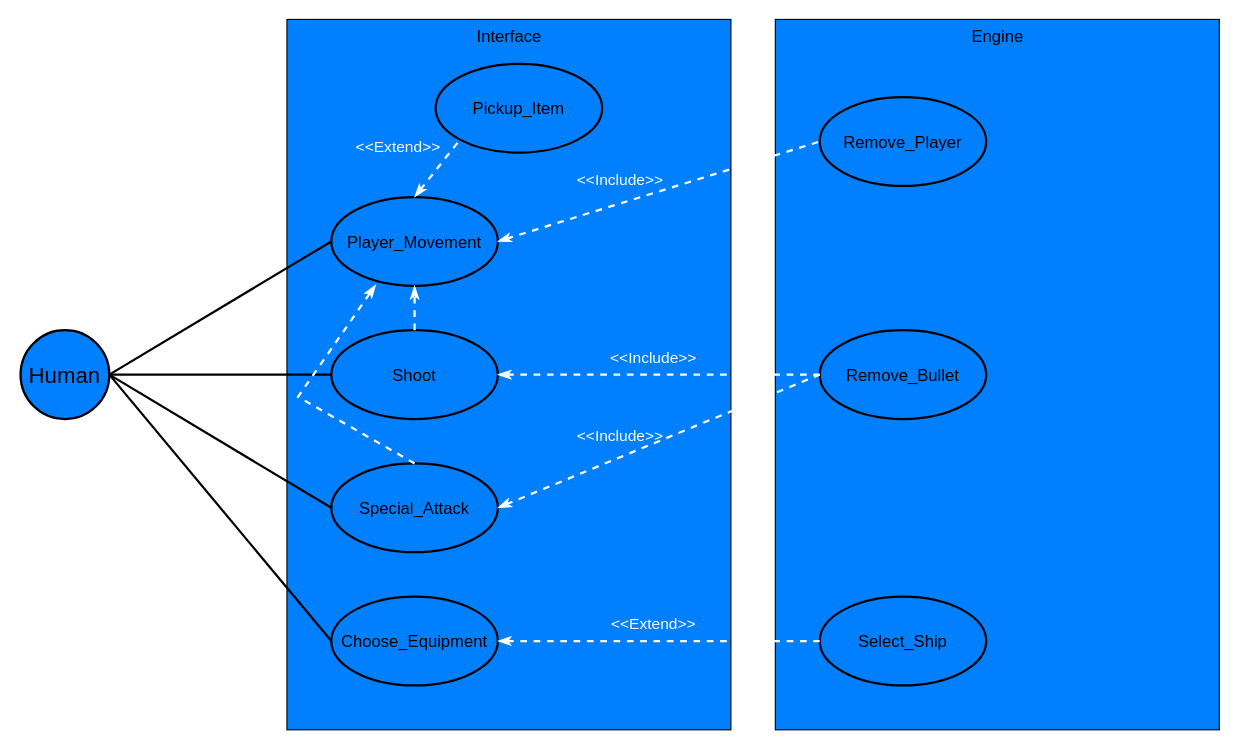
Earlier version of the draw.io diagram Diagrams/d1.drawio (1adrian11/Syntax-Terror). Source tidied: cells renumbered, new cells numbered last; positions are measured from the earlier drawing's top-left corner, leaving out a move shared by most shapes. Both pictures are drawn from the tidied source at 111%, with x=0, y=0 at pixel (20, 19).
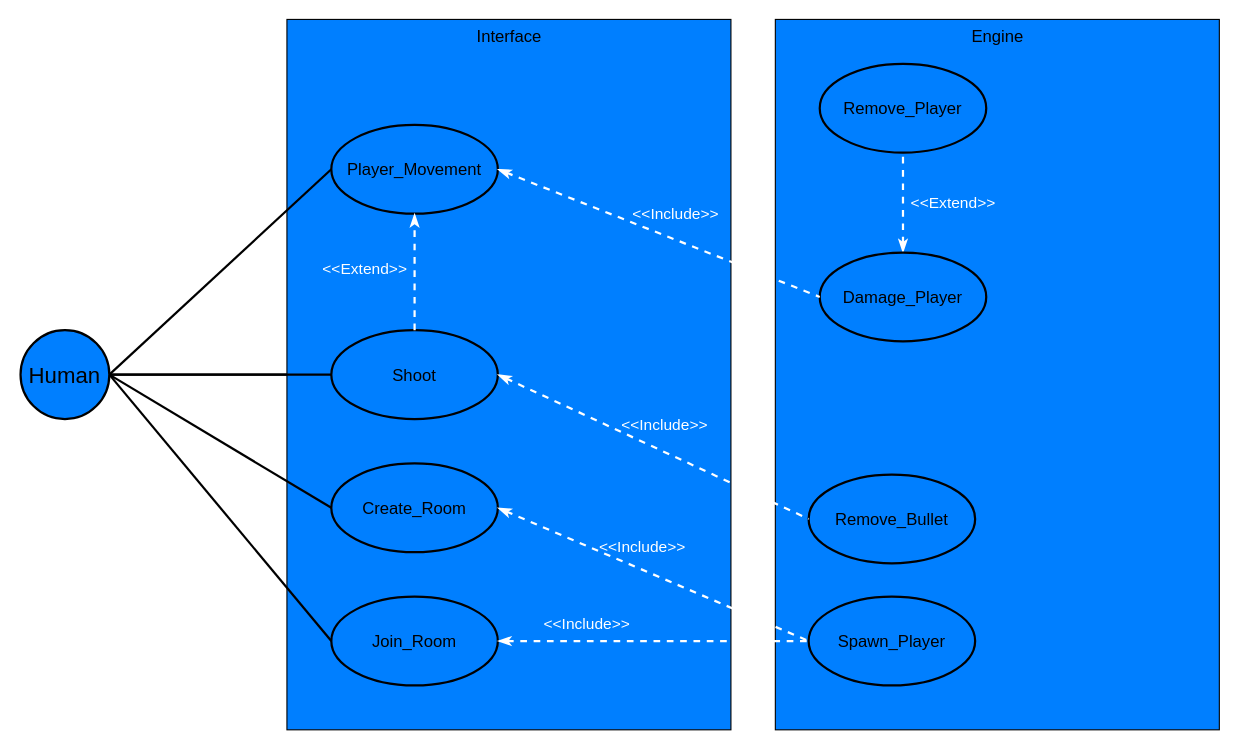
Above is the later version.

The change refers to these unchanged cells:
```xml
<mxCell id="2" value="&lt;font style=&quot;font-size: 20px;&quot;&gt;Human&lt;/font&gt;" style="ellipse;whiteSpace=wrap;html=1;fillColor=#007FFF;strokeWidth=2;" parent="1" vertex="1">
  <mxGeometry y="280" width="80" height="80" as="geometry" />
</mxCell>
<mxCell id="3" style="rounded=0;whiteSpace=wrap;html=1;gradientColor=none;fillColor=#007FFF;" parent="1" vertex="1">
  <mxGeometry x="240" width="400" height="640" as="geometry" />
</mxCell>
```

Change to the diagram source:
```diff
@@
     <mxCell id="7" value="&lt;font style=&quot;font-size: 15px;&quot;&gt;Player_Movement&lt;/font&gt;" style="ellipse;whiteSpace=wrap;html=1;fillColor=#007FFF;strokeWidth=2;" parent="1" vertex="1">
-      <mxGeometry x="280" y="160" width="150" height="80" as="geometry" />
+      <mxGeometry x="280" y="95" width="150" height="80" as="geometry" />
     </mxCell>
@@
-    <mxCell id="9" value="&lt;font style=&quot;font-size: 15px;&quot;&gt;Special_Attack&lt;/font&gt;" style="ellipse;whiteSpace=wrap;html=1;fillColor=#007FFF;strokeWidth=2;" parent="1" vertex="1">
-      <mxGeometry x="280" y="400" width="150" height="80" as="geometry" />
-    </mxCell>
-    <mxCell id="10" value="&lt;font style=&quot;font-size: 15px;&quot;&gt;Choose_Equipment&lt;/font&gt;" style="ellipse;whiteSpace=wrap;html=1;fillColor=#007FFF;strokeWidth=2;" parent="1" vertex="1">
-      <mxGeometry x="280" y="520" width="150" height="80" as="geometry" />
+    <mxCell id="10" value="&lt;font style=&quot;font-size: 15px;&quot;&gt;Create_Room&lt;/font&gt;" style="ellipse;whiteSpace=wrap;html=1;fillColor=#007FFF;strokeWidth=2;" parent="1" vertex="1">
+      <mxGeometry x="280" y="400" width="150" height="80" as="geometry" />
     </mxCell>
@@
-    <mxCell id="13" style="edgeStyle=none;jettySize=auto;html=1;rounded=0;exitX=1;exitY=0.5;exitDx=0;exitDy=0;entryX=0;entryY=0.5;entryDx=0;entryDy=0;endArrow=none;endFill=0;strokeWidth=2;" parent="1" edge="1" source="2" target="9">
-      <mxGeometry relative="1" as="geometry" />
-    </mxCell>
-    <mxCell id="14" style="edgeStyle=none;jettySize=auto;html=1;rounded=0;exitX=1;exitY=0.5;exitDx=0;exitDy=0;endArrow=none;endFill=0;strokeWidth=2;entryX=0;entryY=0.5;entryDx=0;entryDy=0;" parent="1" edge="1" source="2" target="10">
-      <mxGeometry relative="1" as="geometry" />
+    <mxCell id="14" style="edgeStyle=none;orthogonalLoop=1;jettySize=auto;html=1;rounded=0;exitX=1;exitY=0.5;exitDx=0;exitDy=0;endArrow=none;endFill=0;strokeWidth=2;entryX=0;entryY=0.5;entryDx=0;entryDy=0;" parent="1" edge="1">
+      <mxGeometry relative="1" as="geometry">
+        <mxPoint x="80" y="320" as="sourcePoint" />
+        <mxPoint x="280" y="440" as="targetPoint" />
+      </mxGeometry>
     </mxCell>
     <mxCell id="15" value="&lt;font style=&quot;font-size: 15px;&quot;&gt;Remove_Bullet&lt;br&gt;&lt;/font&gt;" style="ellipse;whiteSpace=wrap;html=1;fillColor=#007FFF;strokeWidth=2;" parent="1" vertex="1">
-      <mxGeometry x="720" y="280" width="150" height="80" as="geometry" />
+      <mxGeometry x="710" y="410" width="150" height="80" as="geometry" />
     </mxCell>
-    <mxCell id="16" style="endArrow=classicThin;dashed=1;html=1;rounded=0;strokeWidth=2;exitX=0.5;exitY=0;exitDx=0;exitDy=0;entryX=0.267;entryY=0.988;entryDx=0;entryDy=0;endFill=1;strokeColor=#FFFFFF;entryPerimeter=0;" parent="1" edge="1" source="9" target="7">
-      <mxGeometry relative="1" as="geometry">
-        <Array as="points">
-          <mxPoint x="250" y="340" />
-        </Array>
-      </mxGeometry>
-    </mxCell>
@@
     <mxCell id="19" value="&lt;font color=&quot;#ffffff&quot; style=&quot;font-size: 14px;&quot;&gt;&amp;lt;&amp;lt;Include&amp;gt;&amp;gt;&lt;/font&gt;" style="text;html=1;align=center;verticalAlign=middle;strokeColor=none;fillColor=none;" parent="1" vertex="1">
-      <mxGeometry x="520" y="290" width="100" height="30" as="geometry" />
+      <mxGeometry x="530" y="350" width="100" height="30" as="geometry" />
     </mxCell>
     <mxCell id="20" value="&lt;font style=&quot;font-size: 15px;&quot;&gt;Remove_Player&lt;/font&gt;" style="ellipse;whiteSpace=wrap;html=1;fillColor=#007FFF;strokeWidth=2;" parent="1" vertex="1">
-      <mxGeometry x="720" y="70" width="150" height="80" as="geometry" />
+      <mxGeometry x="720" y="40" width="150" height="80" as="geometry" />
     </mxCell>
-    <mxCell id="21" style="endArrow=none;dashed=1;html=1;rounded=0;strokeWidth=2;endFill=0;exitX=1;exitY=0.5;exitDx=0;exitDy=0;entryX=0;entryY=0.5;entryDx=0;entryDy=0;strokeColor=#FFFFFF;startArrow=classicThin;startFill=1;" parent="1" edge="1" source="7" target="20">
+    <mxCell id="21" style="endArrow=none;dashed=1;html=1;rounded=0;strokeWidth=2;endFill=0;exitX=0.5;exitY=0;exitDx=0;exitDy=0;entryX=0.5;entryY=1;entryDx=0;entryDy=0;strokeColor=#FFFFFF;startArrow=classicThin;startFill=1;" parent="1" edge="1" source="34" target="20">
       <mxGeometry relative="1" as="geometry" />
     </mxCell>
-    <mxCell id="22" value="&lt;font color=&quot;#ffffff&quot; style=&quot;font-size: 14px;&quot;&gt;&amp;lt;&amp;lt;Include&amp;gt;&amp;gt;&lt;/font&gt;" style="text;html=1;align=center;verticalAlign=middle;strokeColor=none;fillColor=none;" parent="1" vertex="1">
-      <mxGeometry x="490" y="130" width="100" height="30" as="geometry" />
+    <mxCell id="22" value="&lt;font color=&quot;#ffffff&quot; style=&quot;font-size: 14px;&quot;&gt;&amp;lt;&amp;lt;&lt;/font&gt;&lt;span style=&quot;color: rgb(255, 255, 255); font-size: 14px;&quot;&gt;Extend&lt;/span&gt;&lt;font color=&quot;#ffffff&quot; style=&quot;font-size: 14px;&quot;&gt;&amp;gt;&amp;gt;&lt;/font&gt;" style="text;html=1;align=center;verticalAlign=middle;strokeColor=none;fillColor=none;" parent="1" vertex="1">
+      <mxGeometry x="790" y="150" width="100" height="30" as="geometry" />
     </mxCell>
-    <mxCell id="23" value="&lt;span style=&quot;font-size: 15px;&quot;&gt;Select_Ship&lt;/span&gt;" style="ellipse;whiteSpace=wrap;html=1;fillColor=#007FFF;strokeWidth=2;" parent="1" vertex="1">
-      <mxGeometry x="720" y="520" width="150" height="80" as="geometry" />
-    </mxCell>
-    <mxCell id="24" style="endArrow=none;dashed=1;html=1;rounded=0;strokeWidth=2;endFill=0;entryX=0;entryY=0.5;entryDx=0;entryDy=0;strokeColor=#FFFFFF;startArrow=classicThin;startFill=1;exitX=1;exitY=0.5;exitDx=0;exitDy=0;" parent="1" edge="1" source="10" target="23">
-      <mxGeometry relative="1" as="geometry" />
-    </mxCell>
-    <mxCell id="25" value="&lt;font color=&quot;#ffffff&quot; style=&quot;font-size: 14px;&quot;&gt;&amp;lt;&amp;lt;Extend&amp;gt;&amp;gt;&lt;/font&gt;" style="text;html=1;align=center;verticalAlign=middle;strokeColor=none;fillColor=none;" parent="1" vertex="1">
-      <mxGeometry x="520" y="530" width="100" height="30" as="geometry" />
-    </mxCell>
-    <mxCell id="26" value="&lt;font style=&quot;font-size: 15px;&quot;&gt;Pickup_Item&lt;/font&gt;" style="ellipse;whiteSpace=wrap;html=1;fillColor=#007FFF;strokeWidth=2;" parent="1" vertex="1">
-      <mxGeometry x="374" y="40" width="150" height="80" as="geometry" />
-    </mxCell>
-    <mxCell id="27" style="endArrow=none;dashed=1;html=1;rounded=0;strokeWidth=2;endFill=0;exitX=0.5;exitY=0;exitDx=0;exitDy=0;entryX=0;entryY=1;entryDx=0;entryDy=0;strokeColor=#FFFFFF;startArrow=classicThin;startFill=1;" parent="1" edge="1" source="7" target="26">
-      <mxGeometry relative="1" as="geometry" />
-    </mxCell>
-    <mxCell id="28" value="&lt;font color=&quot;#ffffff&quot; style=&quot;font-size: 14px;&quot;&gt;&amp;lt;&amp;lt;Extend&amp;gt;&amp;gt;&lt;/font&gt;" style="text;html=1;align=center;verticalAlign=middle;strokeColor=none;fillColor=none;" parent="1" vertex="1">
-      <mxGeometry x="290" y="100" width="100" height="30" as="geometry" />
-    </mxCell>
-    <mxCell id="29" style="endArrow=none;dashed=1;html=1;rounded=0;strokeWidth=2;endFill=0;strokeColor=#FFFFFF;startArrow=classicThin;startFill=1;exitX=1;exitY=0.5;exitDx=0;exitDy=0;" parent="1" edge="1" source="9">
-      <mxGeometry relative="1" as="geometry">
-        <mxPoint x="720" y="320" as="targetPoint" />
-      </mxGeometry>
-    </mxCell>
-    <mxCell id="30" value="&lt;font color=&quot;#ffffff&quot; style=&quot;font-size: 14px;&quot;&gt;&amp;lt;&amp;lt;Include&amp;gt;&amp;gt;&lt;/font&gt;" style="text;html=1;align=center;verticalAlign=middle;strokeColor=none;fillColor=none;" parent="1" vertex="1">
-      <mxGeometry x="490" y="360" width="100" height="30" as="geometry" />
-    </mxCell>
+    <mxCell id="31" value="&lt;font style=&quot;font-size: 15px;&quot;&gt;Join_Room&lt;/font&gt;" style="ellipse;whiteSpace=wrap;html=1;fillColor=#007FFF;strokeWidth=2;" parent="1" vertex="1">
+      <mxGeometry x="280" y="520" width="150" height="80" as="geometry" />
+    </mxCell>
+    <mxCell id="32" style="edgeStyle=none;jettySize=auto;html=1;rounded=0;exitX=1;exitY=0.5;exitDx=0;exitDy=0;endArrow=none;endFill=0;strokeWidth=2;" parent="1" edge="1" source="2" target="3">
+      <mxGeometry relative="1" as="geometry" />
+    </mxCell>
+    <mxCell id="33" style="edgeStyle=none;jettySize=auto;html=1;rounded=0;endArrow=none;endFill=0;strokeWidth=2;entryX=0;entryY=0.5;entryDx=0;entryDy=0;" parent="1" edge="1" target="31">
+      <mxGeometry relative="1" as="geometry">
+        <mxPoint x="80" y="320" as="sourcePoint" />
+      </mxGeometry>
+    </mxCell>
+    <mxCell id="34" value="&lt;font style=&quot;font-size: 15px;&quot;&gt;Damage_Player&lt;/font&gt;" style="ellipse;whiteSpace=wrap;html=1;fillColor=#007FFF;strokeWidth=2;" parent="1" vertex="1">
+      <mxGeometry x="720" y="210" width="150" height="80" as="geometry" />
+    </mxCell>
+    <mxCell id="35" style="endArrow=none;dashed=1;html=1;rounded=0;strokeWidth=2;endFill=0;exitX=1;exitY=0.5;exitDx=0;exitDy=0;entryX=0;entryY=0.5;entryDx=0;entryDy=0;strokeColor=#FFFFFF;startArrow=classicThin;startFill=1;" parent="1" edge="1" source="7" target="34">
+      <mxGeometry relative="1" as="geometry" />
+    </mxCell>
+    <mxCell id="36" value="&lt;font color=&quot;#ffffff&quot; style=&quot;font-size: 14px;&quot;&gt;&amp;lt;&amp;lt;Include&amp;gt;&amp;gt;&lt;/font&gt;" style="text;html=1;align=center;verticalAlign=middle;strokeColor=none;fillColor=none;" parent="1" vertex="1">
+      <mxGeometry x="540" y="160" width="100" height="30" as="geometry" />
+    </mxCell>
+    <mxCell id="37" value="&lt;font color=&quot;#ffffff&quot; style=&quot;font-size: 14px;&quot;&gt;&amp;lt;&amp;lt;&lt;/font&gt;&lt;span style=&quot;color: rgb(255, 255, 255); font-size: 14px;&quot;&gt;Extend&lt;/span&gt;&lt;font color=&quot;#ffffff&quot; style=&quot;font-size: 14px;&quot;&gt;&amp;gt;&amp;gt;&lt;/font&gt;" style="text;html=1;align=center;verticalAlign=middle;strokeColor=none;fillColor=none;" parent="1" vertex="1">
+      <mxGeometry x="260" y="210" width="100" height="30" as="geometry" />
+    </mxCell>
+    <mxCell id="38" value="&lt;font style=&quot;font-size: 15px;&quot;&gt;Spawn_Player&lt;/font&gt;" style="ellipse;whiteSpace=wrap;html=1;fillColor=#007FFF;strokeWidth=2;" parent="1" vertex="1">
+      <mxGeometry x="710" y="520" width="150" height="80" as="geometry" />
+    </mxCell>
+    <mxCell id="39" style="endArrow=none;dashed=1;html=1;rounded=0;strokeWidth=2;endFill=0;strokeColor=#FFFFFF;startArrow=classicThin;startFill=1;exitX=1;exitY=0.5;exitDx=0;exitDy=0;" parent="1" edge="1" source="10">
+      <mxGeometry relative="1" as="geometry">
+        <mxPoint x="710" y="560" as="targetPoint" />
+      </mxGeometry>
+    </mxCell>
+    <mxCell id="40" style="endArrow=none;dashed=1;html=1;rounded=0;strokeWidth=2;endFill=0;entryX=0;entryY=0.5;entryDx=0;entryDy=0;strokeColor=#FFFFFF;startArrow=classicThin;startFill=1;exitX=1;exitY=0.5;exitDx=0;exitDy=0;" parent="1" edge="1" source="31" target="38">
+      <mxGeometry relative="1" as="geometry" />
+    </mxCell>
+    <mxCell id="41" value="&lt;font color=&quot;#ffffff&quot; style=&quot;font-size: 14px;&quot;&gt;&amp;lt;&amp;lt;Include&amp;gt;&amp;gt;&lt;/font&gt;" style="text;html=1;align=center;verticalAlign=middle;strokeColor=none;fillColor=none;" parent="1" vertex="1">
+      <mxGeometry x="510" y="460" width="100" height="30" as="geometry" />
+    </mxCell>
+    <mxCell id="42" value="&lt;font color=&quot;#ffffff&quot; style=&quot;font-size: 14px;&quot;&gt;&amp;lt;&amp;lt;Include&amp;gt;&amp;gt;&lt;/font&gt;" style="text;html=1;align=center;verticalAlign=middle;strokeColor=none;fillColor=none;" parent="1" vertex="1">
+      <mxGeometry x="460" y="530" width="100" height="30" as="geometry" />
+    </mxCell>
```
